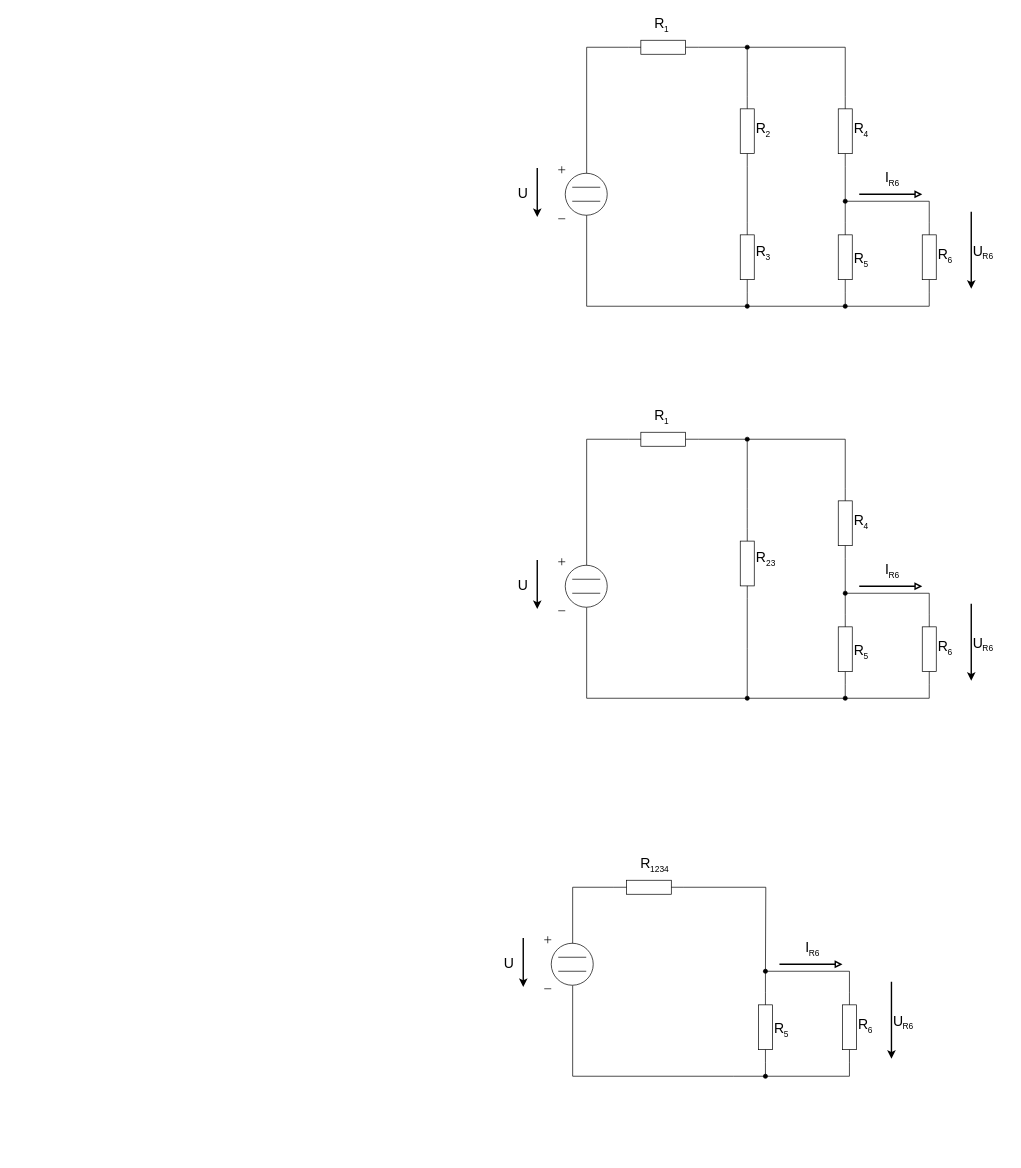
The draw.io diagram priklad2/priklad2.drawio in MartinNav/iel_proj, before the edit. Source tidied: cells renumbered, new cells numbered last; positions are measured from the earlier drawing's top-left corner, leaving out a move shared by most shapes. Both pictures are drawn from the tidied source at 70%, with x=0, y=0 at pixel (488, 12).
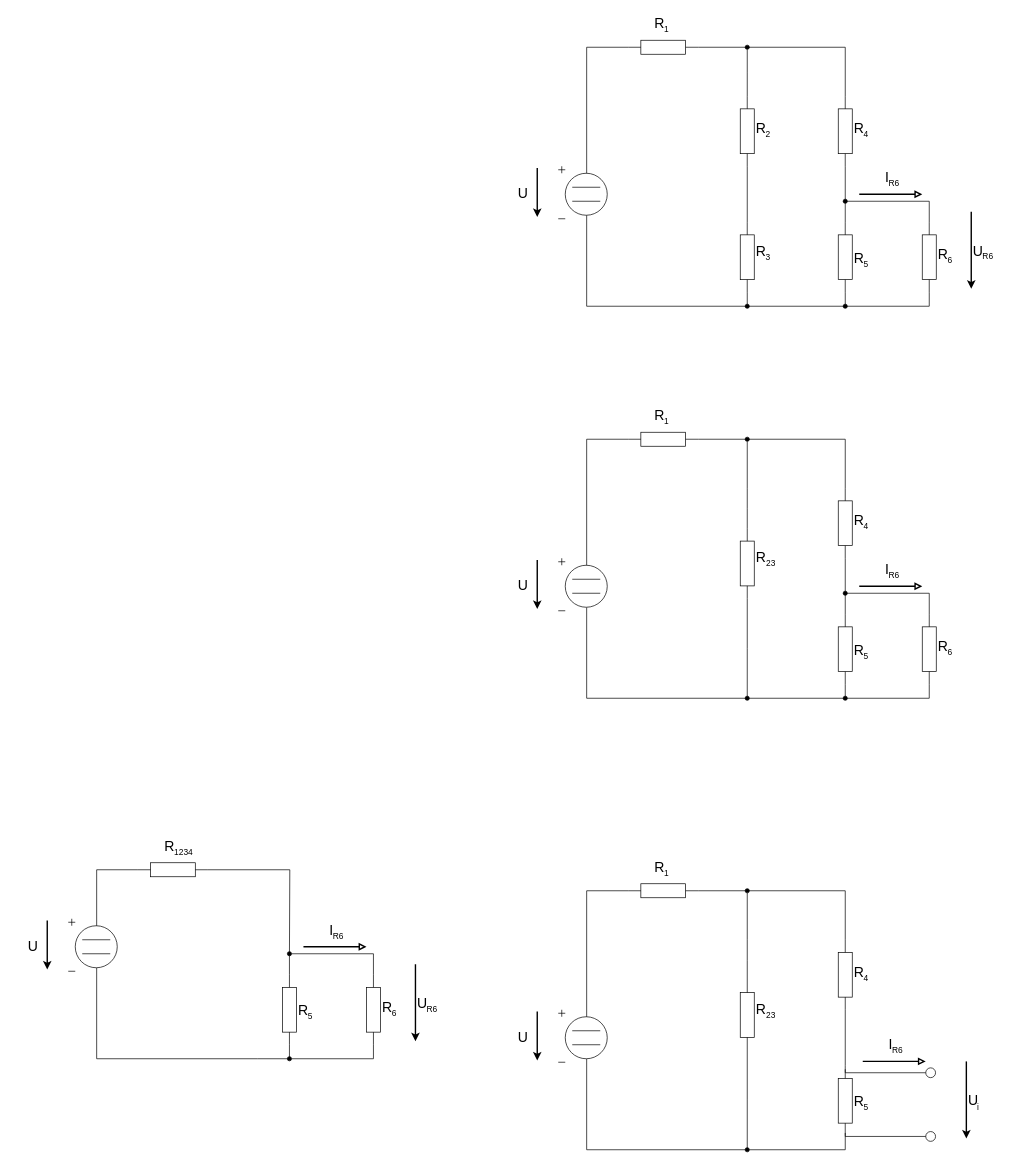
The same diagram, later.

Diff of the diagram source:
```diff
@@
     <mxCell id="70" style="endArrow=classic;html=1;rounded=0;strokeWidth=2;" parent="1" edge="1">
       <mxGeometry relative="1" as="geometry">
-        <mxPoint x="690" y="845" as="sourcePoint" />
-        <mxPoint x="690" y="955" as="targetPoint" />
+        <mxPoint x="683" y="1498.8" as="sourcePoint" />
+        <mxPoint x="683" y="1608.8" as="targetPoint" />
       </mxGeometry>
     </mxCell>
     <mxCell id="71" value="&lt;font style=&quot;font-size: 20px;&quot;&gt;U&lt;/font&gt;" style="text;html=1;strokeColor=none;fillColor=none;align=center;verticalAlign=middle;whiteSpace=wrap;rounded=0;" parent="1" vertex="1">
-      <mxGeometry x="670" y="885" width="60" height="30" as="geometry" />
+      <mxGeometry x="663" y="1538.8" width="60" height="30" as="geometry" />
     </mxCell>
-    <mxCell id="72" value="R6" style="text;html=1;strokeColor=none;fillColor=none;align=center;verticalAlign=middle;whiteSpace=wrap;rounded=0;" parent="1" vertex="1">
-      <mxGeometry x="684" y="894" width="60" height="30" as="geometry" />
+    <mxCell id="72" value="i" style="text;html=1;strokeColor=none;fillColor=none;align=center;verticalAlign=middle;whiteSpace=wrap;rounded=0;" parent="1" vertex="1">
+      <mxGeometry x="670" y="1550" width="60" height="30" as="geometry" />
     </mxCell>
@@
     <mxCell id="76" style="edgeStyle=orthogonalEdgeStyle;rounded=0;jettySize=auto;html=1;exitX=0.58;exitY=0.935;exitDx=0;exitDy=0;exitPerimeter=0;endArrow=none;endFill=0;" parent="1" edge="1" source="77">
       <mxGeometry relative="1" as="geometry">
-        <mxPoint x="350" y="1520" as="targetPoint" />
+        <mxPoint x="-330" y="1495" as="targetPoint" />
         <Array as="points">
-          <mxPoint x="121" y="1520" />
+          <mxPoint x="-559" y="1495" />
         </Array>
       </mxGeometry>
     </mxCell>
     <mxCell id="77" style="verticalLabelPosition=bottom;shadow=0;dashed=0;align=center;html=1;verticalAlign=top;shape=mxgraph.electrical.signal_sources.dc_source_1;" parent="1" vertex="1">
-      <mxGeometry x="80" y="1320" width="70" height="75" as="geometry" />
+      <mxGeometry x="-600" y="1295" width="70" height="75" as="geometry" />
     </mxCell>
     <mxCell id="78" style="endArrow=none;html=1;rounded=0;" parent="1" edge="1">
       <mxGeometry relative="1" as="geometry">
-        <mxPoint x="100" y="1350" as="sourcePoint" />
-        <mxPoint x="140" y="1350" as="targetPoint" />
+        <mxPoint x="-580" y="1325" as="sourcePoint" />
+        <mxPoint x="-540" y="1325" as="targetPoint" />
       </mxGeometry>
     </mxCell>
     <mxCell id="79" style="endArrow=none;html=1;rounded=0;" parent="1" edge="1">
       <mxGeometry relative="1" as="geometry">
-        <mxPoint x="100" y="1370" as="sourcePoint" />
-        <mxPoint x="140" y="1370" as="targetPoint" />
+        <mxPoint x="-580" y="1345" as="sourcePoint" />
+        <mxPoint x="-540" y="1345" as="targetPoint" />
       </mxGeometry>
     </mxCell>
     <mxCell id="80" style="endArrow=classic;html=1;rounded=0;strokeWidth=2;" parent="1" edge="1">
       <mxGeometry relative="1" as="geometry">
-        <mxPoint x="50" y="1322.5" as="sourcePoint" />
-        <mxPoint x="50" y="1392.5" as="targetPoint" />
+        <mxPoint x="-630" y="1297.5" as="sourcePoint" />
+        <mxPoint x="-630" y="1367.5" as="targetPoint" />
       </mxGeometry>
     </mxCell>
     <mxCell id="81" value="&lt;font style=&quot;font-size: 20px;&quot;&gt;U&lt;/font&gt;" style="text;html=1;strokeColor=none;fillColor=none;align=center;verticalAlign=middle;whiteSpace=wrap;rounded=0;" parent="1" vertex="1">
-      <mxGeometry y="1342.5" width="60" height="30" as="geometry" />
+      <mxGeometry x="-680" y="1317.5" width="60" height="30" as="geometry" />
     </mxCell>
     <mxCell id="82" style="edgeStyle=orthogonalEdgeStyle;rounded=0;jettySize=auto;html=1;exitX=1;exitY=0.5;exitDx=0;exitDy=0;exitPerimeter=0;endArrow=none;endFill=0;" parent="1" edge="1" source="83">
       <mxGeometry relative="1" as="geometry">
-        <mxPoint x="396" y="1370" as="targetPoint" />
+        <mxPoint x="-284" y="1345" as="targetPoint" />
       </mxGeometry>
     </mxCell>
     <mxCell id="83" style="verticalLabelPosition=bottom;shadow=0;dashed=0;align=center;html=1;verticalAlign=top;shape=mxgraph.electrical.resistors.resistor_1;" parent="1" vertex="1">
-      <mxGeometry x="179.5" y="1240" width="100" height="20" as="geometry" />
+      <mxGeometry x="-500.5" y="1215" width="100" height="20" as="geometry" />
     </mxCell>
     <mxCell id="84" style="edgeStyle=orthogonalEdgeStyle;rounded=0;jettySize=auto;html=1;exitX=0;exitY=0.5;exitDx=0;exitDy=0;exitPerimeter=0;endArrow=none;endFill=0;" parent="1" edge="1" source="86">
       <mxGeometry relative="1" as="geometry">
-        <mxPoint x="350" y="1520" as="targetPoint" />
+        <mxPoint x="-330" y="1495" as="targetPoint" />
         <Array as="points">
-          <mxPoint x="396" y="1520" />
+          <mxPoint x="-284" y="1495" />
         </Array>
       </mxGeometry>
     </mxCell>
     <mxCell id="85" style="edgeStyle=orthogonalEdgeStyle;rounded=0;jettySize=auto;html=1;exitX=1;exitY=0.5;exitDx=0;exitDy=0;exitPerimeter=0;endArrow=none;endFill=0;" parent="1" edge="1" source="86">
       <mxGeometry relative="1" as="geometry">
-        <mxPoint x="396" y="1370" as="targetPoint" />
+        <mxPoint x="-284" y="1345" as="targetPoint" />
       </mxGeometry>
     </mxCell>
     <mxCell id="86" style="verticalLabelPosition=bottom;shadow=0;dashed=0;align=center;html=1;verticalAlign=top;shape=mxgraph.electrical.resistors.resistor_1;rotation=-90;" parent="1" vertex="1">
-      <mxGeometry x="346" y="1440" width="100" height="20" as="geometry" />
+      <mxGeometry x="-334" y="1415" width="100" height="20" as="geometry" />
     </mxCell>
@@
     <mxCell id="88" style="edgeStyle=orthogonalEdgeStyle;rounded=0;jettySize=auto;html=1;exitX=1;exitY=0.5;exitDx=0;exitDy=0;exitPerimeter=0;endArrow=oval;endFill=1;" parent="1" edge="1" source="90">
       <mxGeometry relative="1" as="geometry">
-        <mxPoint x="396" y="1370" as="targetPoint" />
+        <mxPoint x="-284" y="1345" as="targetPoint" />
         <Array as="points">
-          <mxPoint x="516" y="1370" />
-          <mxPoint x="396" y="1370" />
+          <mxPoint x="-164" y="1345" />
+          <mxPoint x="-284" y="1345" />
         </Array>
       </mxGeometry>
     </mxCell>
     <mxCell id="89" style="edgeStyle=orthogonalEdgeStyle;rounded=0;jettySize=auto;html=1;exitX=0;exitY=0.5;exitDx=0;exitDy=0;exitPerimeter=0;endArrow=oval;endFill=1;" parent="1" edge="1" source="90">
       <mxGeometry relative="1" as="geometry">
-        <mxPoint x="396" y="1520" as="targetPoint" />
+        <mxPoint x="-284" y="1495" as="targetPoint" />
         <Array as="points">
-          <mxPoint x="516" y="1520" />
+          <mxPoint x="-164" y="1495" />
         </Array>
       </mxGeometry>
     </mxCell>
     <mxCell id="90" style="verticalLabelPosition=bottom;shadow=0;dashed=0;align=center;html=1;verticalAlign=top;shape=mxgraph.electrical.resistors.resistor_1;rotation=-90;" parent="1" vertex="1">
-      <mxGeometry x="466" y="1440" width="100" height="20" as="geometry" />
+      <mxGeometry x="-214" y="1415" width="100" height="20" as="geometry" />
     </mxCell>
     <mxCell id="91" value="&lt;font style=&quot;font-size: 20px;&quot;&gt;R&lt;/font&gt;" style="text;html=1;strokeColor=none;fillColor=none;align=center;verticalAlign=middle;whiteSpace=wrap;rounded=0;" parent="1" vertex="1">
-      <mxGeometry x="194.5" y="1200" width="60" height="30" as="geometry" />
+      <mxGeometry x="-485.5" y="1175" width="60" height="30" as="geometry" />
     </mxCell>
     <mxCell id="92" value="1234" style="text;html=1;strokeColor=none;fillColor=none;align=center;verticalAlign=middle;whiteSpace=wrap;rounded=0;" parent="1" vertex="1">
-      <mxGeometry x="215" y="1210" width="60" height="30" as="geometry" />
+      <mxGeometry x="-465" y="1185" width="60" height="30" as="geometry" />
     </mxCell>
     <mxCell id="93" value="&lt;font style=&quot;font-size: 20px;&quot;&gt;R&lt;/font&gt;" style="text;html=1;strokeColor=none;fillColor=none;align=center;verticalAlign=middle;whiteSpace=wrap;rounded=0;" parent="1" vertex="1">
-      <mxGeometry x="386" y="1435" width="60" height="30" as="geometry" />
+      <mxGeometry x="-294" y="1410" width="60" height="30" as="geometry" />
     </mxCell>
     <mxCell id="94" value="5" style="text;html=1;strokeColor=none;fillColor=none;align=center;verticalAlign=middle;whiteSpace=wrap;rounded=0;" parent="1" vertex="1">
-      <mxGeometry x="396" y="1445" width="60" height="30" as="geometry" />
+      <mxGeometry x="-284" y="1420" width="60" height="30" as="geometry" />
     </mxCell>
     <mxCell id="95" value="&lt;font style=&quot;font-size: 20px;&quot;&gt;R&lt;/font&gt;" style="text;html=1;strokeColor=none;fillColor=none;align=center;verticalAlign=middle;whiteSpace=wrap;rounded=0;" parent="1" vertex="1">
-      <mxGeometry x="506" y="1430" width="60" height="30" as="geometry" />
+      <mxGeometry x="-174" y="1405" width="60" height="30" as="geometry" />
     </mxCell>
     <mxCell id="96" value="6" style="text;html=1;strokeColor=none;fillColor=none;align=center;verticalAlign=middle;whiteSpace=wrap;rounded=0;" parent="1" vertex="1">
-      <mxGeometry x="516" y="1440" width="60" height="30" as="geometry" />
+      <mxGeometry x="-164" y="1415" width="60" height="30" as="geometry" />
     </mxCell>
     <mxCell id="97" style="endArrow=classic;html=1;rounded=0;strokeWidth=2;" parent="1" edge="1">
       <mxGeometry relative="1" as="geometry">
-        <mxPoint x="576" y="1385" as="sourcePoint" />
-        <mxPoint x="576" y="1495" as="targetPoint" />
+        <mxPoint x="-104" y="1360" as="sourcePoint" />
+        <mxPoint x="-104" y="1470" as="targetPoint" />
       </mxGeometry>
     </mxCell>
     <mxCell id="98" value="&lt;font style=&quot;font-size: 20px;&quot;&gt;U&lt;/font&gt;" style="text;html=1;strokeColor=none;fillColor=none;align=center;verticalAlign=middle;whiteSpace=wrap;rounded=0;" parent="1" vertex="1">
-      <mxGeometry x="556" y="1425" width="60" height="30" as="geometry" />
+      <mxGeometry x="-124" y="1400" width="60" height="30" as="geometry" />
     </mxCell>
     <mxCell id="99" value="R6" style="text;html=1;strokeColor=none;fillColor=none;align=center;verticalAlign=middle;whiteSpace=wrap;rounded=0;" parent="1" vertex="1">
-      <mxGeometry x="570" y="1434" width="60" height="30" as="geometry" />
+      <mxGeometry x="-110" y="1409" width="60" height="30" as="geometry" />
     </mxCell>
     <mxCell id="100" value="&lt;font style=&quot;font-size: 20px;&quot;&gt;I&lt;/font&gt;" style="text;html=1;strokeColor=none;fillColor=none;align=center;verticalAlign=middle;whiteSpace=wrap;rounded=0;" parent="1" vertex="1">
-      <mxGeometry x="426" y="1320" width="60" height="30" as="geometry" />
+      <mxGeometry x="-254" y="1295" width="60" height="30" as="geometry" />
     </mxCell>
     <mxCell id="101" value="R6" style="text;html=1;strokeColor=none;fillColor=none;align=center;verticalAlign=middle;whiteSpace=wrap;rounded=0;" parent="1" vertex="1">
-      <mxGeometry x="436" y="1330" width="60" height="30" as="geometry" />
+      <mxGeometry x="-244" y="1305" width="60" height="30" as="geometry" />
     </mxCell>
     <mxCell id="102" style="endArrow=block;html=1;rounded=0;strokeWidth=2;endFill=0;" parent="1" edge="1">
       <mxGeometry relative="1" as="geometry">
-        <mxPoint x="416" y="1360" as="sourcePoint" />
-        <mxPoint x="506" y="1360" as="targetPoint" />
+        <mxPoint x="-264" y="1335" as="sourcePoint" />
+        <mxPoint x="-174" y="1335" as="targetPoint" />
       </mxGeometry>
     </mxCell>
+    <mxCell id="103" style="edgeStyle=orthogonalEdgeStyle;rounded=0;jettySize=auto;html=1;exitX=0.58;exitY=0.935;exitDx=0;exitDy=0;exitPerimeter=0;endArrow=none;endFill=0;" parent="1" edge="1" source="104">
+      <mxGeometry relative="1" as="geometry">
+        <mxPoint x="370" y="1625" as="targetPoint" />
+        <Array as="points">
+          <mxPoint x="141" y="1625" />
+        </Array>
+      </mxGeometry>
+    </mxCell>
+    <mxCell id="104" style="verticalLabelPosition=bottom;shadow=0;dashed=0;align=center;html=1;verticalAlign=top;shape=mxgraph.electrical.signal_sources.dc_source_1;" parent="1" vertex="1">
+      <mxGeometry x="100" y="1425" width="70" height="75" as="geometry" />
+    </mxCell>
+    <mxCell id="105" style="endArrow=none;html=1;rounded=0;" parent="1" edge="1">
+      <mxGeometry relative="1" as="geometry">
+        <mxPoint x="120" y="1455" as="sourcePoint" />
+        <mxPoint x="160" y="1455" as="targetPoint" />
+      </mxGeometry>
+    </mxCell>
+    <mxCell id="106" style="endArrow=none;html=1;rounded=0;" parent="1" edge="1">
+      <mxGeometry relative="1" as="geometry">
+        <mxPoint x="120" y="1475" as="sourcePoint" />
+        <mxPoint x="160" y="1475" as="targetPoint" />
+      </mxGeometry>
+    </mxCell>
+    <mxCell id="107" style="endArrow=classic;html=1;rounded=0;strokeWidth=2;" parent="1" edge="1">
+      <mxGeometry relative="1" as="geometry">
+        <mxPoint x="70" y="1427.5" as="sourcePoint" />
+        <mxPoint x="70" y="1497.5" as="targetPoint" />
+      </mxGeometry>
+    </mxCell>
+    <mxCell id="108" value="&lt;font style=&quot;font-size: 20px;&quot;&gt;U&lt;/font&gt;" style="text;html=1;strokeColor=none;fillColor=none;align=center;verticalAlign=middle;whiteSpace=wrap;rounded=0;" parent="1" vertex="1">
+      <mxGeometry x="20" y="1447.5" width="60" height="30" as="geometry" />
+    </mxCell>
+    <mxCell id="109" style="verticalLabelPosition=bottom;shadow=0;dashed=0;align=center;html=1;verticalAlign=top;shape=mxgraph.electrical.resistors.resistor_1;" parent="1" vertex="1">
+      <mxGeometry x="200" y="1245" width="100" height="20" as="geometry" />
+    </mxCell>
+    <mxCell id="110" style="edgeStyle=orthogonalEdgeStyle;rounded=0;orthogonalLoop=1;jettySize=auto;html=1;exitX=1;exitY=0.5;exitDx=0;exitDy=0;exitPerimeter=0;endArrow=oval;endFill=1;" parent="1" edge="1">
+      <mxGeometry relative="1" as="geometry">
+        <mxPoint x="370" y="1325" as="sourcePoint" />
+        <mxPoint x="370" y="1255" as="targetPoint" />
+      </mxGeometry>
+    </mxCell>
+    <mxCell id="111" style="edgeStyle=orthogonalEdgeStyle;rounded=0;jettySize=auto;html=1;exitX=0;exitY=0.5;exitDx=0;exitDy=0;exitPerimeter=0;endArrow=none;endFill=0;" parent="1" edge="1" source="112">
+      <mxGeometry relative="1" as="geometry">
+        <mxPoint x="370" y="1625" as="targetPoint" />
+      </mxGeometry>
+    </mxCell>
+    <mxCell id="112" style="verticalLabelPosition=bottom;shadow=0;dashed=0;align=center;html=1;verticalAlign=top;shape=mxgraph.electrical.resistors.resistor_1;rotation=-90;" parent="1" vertex="1">
+      <mxGeometry x="320" y="1422.5" width="100" height="20" as="geometry" />
+    </mxCell>
+    <mxCell id="113" style="edgeStyle=orthogonalEdgeStyle;rounded=0;jettySize=auto;html=1;exitX=1;exitY=0.5;exitDx=0;exitDy=0;exitPerimeter=0;endArrow=none;endFill=0;" parent="1" edge="1" source="112">
+      <mxGeometry relative="1" as="geometry">
+        <mxPoint x="370" y="1325" as="targetPoint" />
+      </mxGeometry>
+    </mxCell>
+    <mxCell id="114" style="verticalLabelPosition=bottom;shadow=0;dashed=0;align=center;html=1;verticalAlign=top;shape=mxgraph.electrical.resistors.resistor_1;rotation=-90;" parent="1" vertex="1">
+      <mxGeometry x="460" y="1365" width="100" height="20" as="geometry" />
+    </mxCell>
+    <mxCell id="115" style="edgeStyle=orthogonalEdgeStyle;rounded=0;jettySize=auto;html=1;exitX=0;exitY=0.5;exitDx=0;exitDy=0;exitPerimeter=0;endArrow=oval;endFill=1;" parent="1" edge="1" source="117">
+      <mxGeometry relative="1" as="geometry">
+        <mxPoint x="370" y="1625" as="targetPoint" />
+        <Array as="points">
+          <mxPoint x="510" y="1625" />
+        </Array>
+      </mxGeometry>
+    </mxCell>
+    <mxCell id="116" style="edgeStyle=orthogonalEdgeStyle;rounded=0;orthogonalLoop=1;jettySize=auto;html=1;exitX=0.05;exitY=0.5;exitDx=0;exitDy=0;exitPerimeter=0;endArrow=circle;endFill=0;" parent="1" edge="1">
+      <mxGeometry relative="1" as="geometry">
+        <mxPoint x="510" y="1601" as="sourcePoint" />
+        <mxPoint x="640" y="1606" as="targetPoint" />
+        <Array as="points">
+          <mxPoint x="510" y="1606" />
+        </Array>
+      </mxGeometry>
+    </mxCell>
+    <mxCell id="117" style="verticalLabelPosition=bottom;shadow=0;dashed=0;align=center;html=1;verticalAlign=top;shape=mxgraph.electrical.resistors.resistor_1;rotation=-90;" parent="1" vertex="1">
+      <mxGeometry x="460" y="1545" width="100" height="20" as="geometry" />
+    </mxCell>
+    <mxCell id="118" style="edgeStyle=orthogonalEdgeStyle;rounded=0;jettySize=auto;html=1;exitX=1;exitY=0.5;exitDx=0;exitDy=0;exitPerimeter=0;entryX=0;entryY=0.5;entryDx=0;entryDy=0;entryPerimeter=0;endArrow=none;endFill=0;" parent="1" edge="1" source="117" target="114">
+      <mxGeometry relative="1" as="geometry" />
+    </mxCell>
+    <mxCell id="119" style="edgeStyle=orthogonalEdgeStyle;rounded=0;jettySize=auto;html=1;exitX=0;exitY=0.5;exitDx=0;exitDy=0;exitPerimeter=0;entryX=0.58;entryY=0.135;entryDx=0;entryDy=0;entryPerimeter=0;endArrow=none;endFill=0;" parent="1" edge="1" source="109" target="104">
+      <mxGeometry relative="1" as="geometry" />
+    </mxCell>
+    <mxCell id="120" style="edgeStyle=orthogonalEdgeStyle;rounded=0;jettySize=auto;html=1;exitX=1;exitY=0.5;exitDx=0;exitDy=0;exitPerimeter=0;entryX=1;entryY=0.5;entryDx=0;entryDy=0;entryPerimeter=0;endArrow=none;endFill=0;" parent="1" edge="1" source="109" target="114">
+      <mxGeometry relative="1" as="geometry" />
+    </mxCell>
+    <mxCell id="121" value="&lt;font style=&quot;font-size: 20px;&quot;&gt;R&lt;/font&gt;" style="text;html=1;strokeColor=none;fillColor=none;align=center;verticalAlign=middle;whiteSpace=wrap;rounded=0;" parent="1" vertex="1">
+      <mxGeometry x="215" y="1205" width="60" height="30" as="geometry" />
+    </mxCell>
+    <mxCell id="122" value="1" style="text;html=1;strokeColor=none;fillColor=none;align=center;verticalAlign=middle;whiteSpace=wrap;rounded=0;" parent="1" vertex="1">
+      <mxGeometry x="225" y="1215" width="60" height="30" as="geometry" />
+    </mxCell>
+    <mxCell id="123" value="&lt;font style=&quot;font-size: 20px;&quot;&gt;R&lt;/font&gt;" style="text;html=1;strokeColor=none;fillColor=none;align=center;verticalAlign=middle;whiteSpace=wrap;rounded=0;" parent="1" vertex="1">
+      <mxGeometry x="360" y="1407.5" width="60" height="30" as="geometry" />
+    </mxCell>
+    <mxCell id="124" value="23" style="text;html=1;strokeColor=none;fillColor=none;align=center;verticalAlign=middle;whiteSpace=wrap;rounded=0;" parent="1" vertex="1">
+      <mxGeometry x="374" y="1417.5" width="60" height="30" as="geometry" />
+    </mxCell>
+    <mxCell id="125" value="&lt;font style=&quot;font-size: 20px;&quot;&gt;R&lt;/font&gt;" style="text;html=1;strokeColor=none;fillColor=none;align=center;verticalAlign=middle;whiteSpace=wrap;rounded=0;" parent="1" vertex="1">
+      <mxGeometry x="500" y="1355" width="60" height="30" as="geometry" />
+    </mxCell>
+    <mxCell id="126" value="4" style="text;html=1;strokeColor=none;fillColor=none;align=center;verticalAlign=middle;whiteSpace=wrap;rounded=0;" parent="1" vertex="1">
+      <mxGeometry x="510" y="1365" width="60" height="30" as="geometry" />
+    </mxCell>
+    <mxCell id="127" value="&lt;font style=&quot;font-size: 20px;&quot;&gt;R&lt;/font&gt;" style="text;html=1;strokeColor=none;fillColor=none;align=center;verticalAlign=middle;whiteSpace=wrap;rounded=0;" parent="1" vertex="1">
+      <mxGeometry x="500" y="1540" width="60" height="30" as="geometry" />
+    </mxCell>
+    <mxCell id="128" value="5" style="text;html=1;strokeColor=none;fillColor=none;align=center;verticalAlign=middle;whiteSpace=wrap;rounded=0;" parent="1" vertex="1">
+      <mxGeometry x="510" y="1550" width="60" height="30" as="geometry" />
+    </mxCell>
+    <mxCell id="129" style="edgeStyle=orthogonalEdgeStyle;rounded=0;orthogonalLoop=1;jettySize=auto;html=1;exitX=0.05;exitY=0.5;exitDx=0;exitDy=0;exitPerimeter=0;endArrow=circle;endFill=0;" parent="1" edge="1">
+      <mxGeometry relative="1" as="geometry">
+        <mxPoint x="510" y="1510" as="sourcePoint" />
+        <mxPoint x="640" y="1515" as="targetPoint" />
+        <Array as="points">
+          <mxPoint x="510" y="1515" />
+        </Array>
+      </mxGeometry>
+    </mxCell>
+    <mxCell id="130" value="&lt;font style=&quot;font-size: 20px;&quot;&gt;I&lt;/font&gt;" style="text;html=1;strokeColor=none;fillColor=none;align=center;verticalAlign=middle;whiteSpace=wrap;rounded=0;" parent="1" vertex="1">
+      <mxGeometry x="545" y="1458.8" width="60" height="30" as="geometry" />
+    </mxCell>
+    <mxCell id="131" value="R6" style="text;html=1;strokeColor=none;fillColor=none;align=center;verticalAlign=middle;whiteSpace=wrap;rounded=0;" parent="1" vertex="1">
+      <mxGeometry x="555" y="1468.8" width="60" height="30" as="geometry" />
+    </mxCell>
+    <mxCell id="132" style="endArrow=block;html=1;rounded=0;strokeWidth=2;endFill=0;" parent="1" edge="1">
+      <mxGeometry relative="1" as="geometry">
+        <mxPoint x="535" y="1498.8" as="sourcePoint" />
+        <mxPoint x="625" y="1498.8" as="targetPoint" />
+      </mxGeometry>
+    </mxCell>
```
